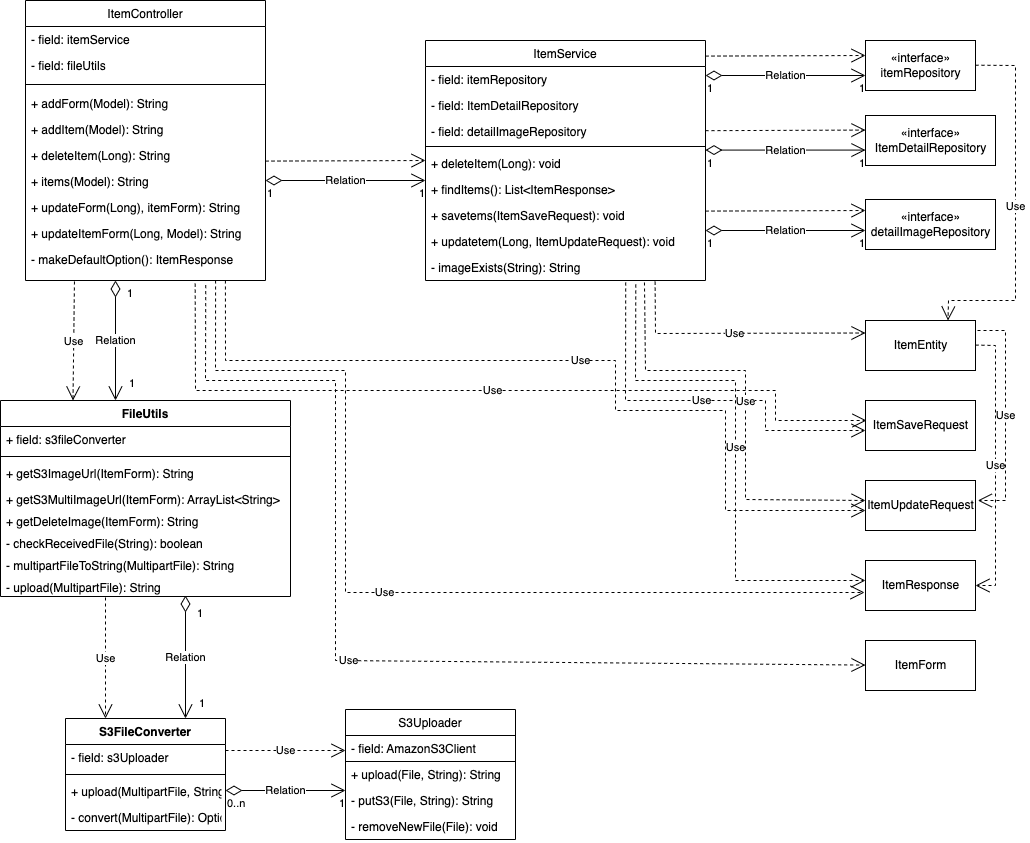
Before: backoffice-class-diagram.png, a diagram exported from draw.io (chanhl22/kilometer-backend-backoffic-class-diagram). Source tidied: cells renumbered, new cells last; positions are measured from the earlier drawing's top-left corner, leaving out a move shared by most shapes.
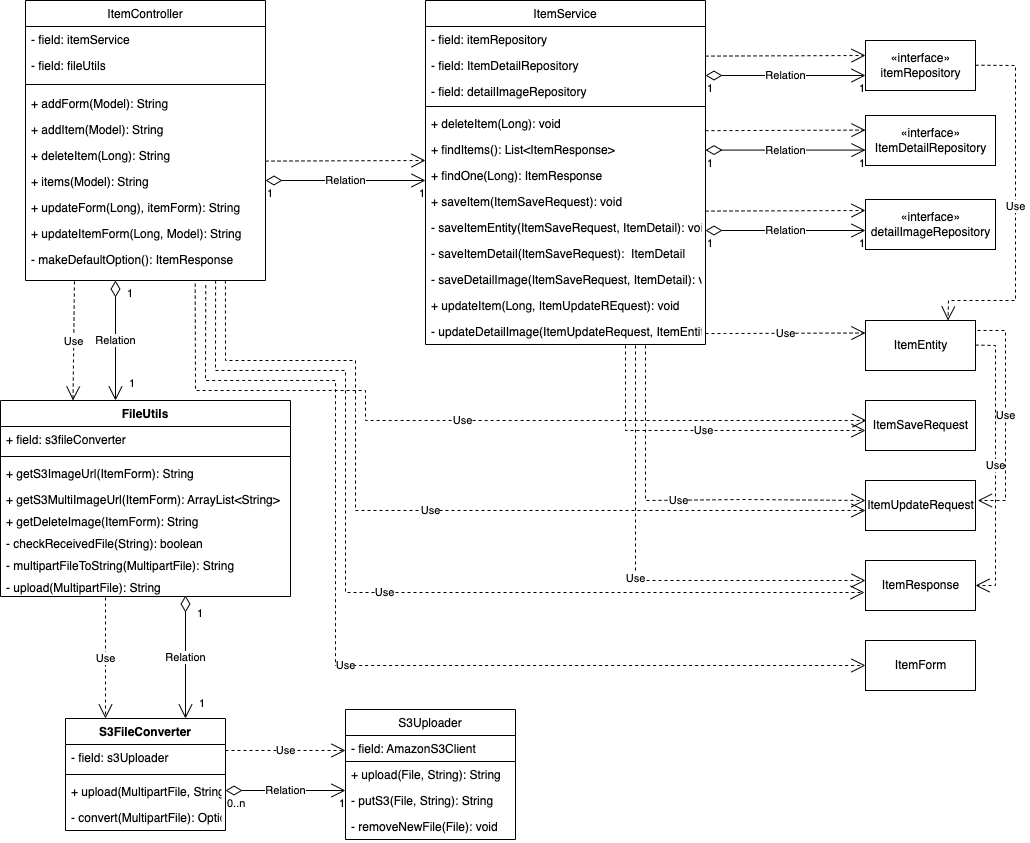
The same file after the commit.

What changed in the source:
```diff
@@ -36,7 +36,7 @@
       <mxGeometry y="246" width="240" height="34" as="geometry" />
     </mxCell>
     <mxCell id="13" value="ItemService" style="swimlane;fontStyle=0;horizontal=1;startSize=26;fillColor=none;" parent="1" vertex="1">
-      <mxGeometry x="425" y="40" width="280" height="240" as="geometry" />
+      <mxGeometry x="425" width="280" height="344" as="geometry" />
     </mxCell>
     <mxCell id="14" value="- field: itemRepository" style="text;strokeColor=none;fillColor=none;align=left;verticalAlign=top;spacingLeft=4;spacingRight=4;overflow=hidden;" parent="13" vertex="1">
       <mxGeometry y="26" width="280" height="26" as="geometry" />
@@ -56,15 +56,27 @@
     <mxCell id="19" value="+ findItems(): List&lt;ItemResponse&gt;" style="text;strokeColor=none;fillColor=none;align=left;verticalAlign=top;spacingLeft=4;spacingRight=4;overflow=hidden;" parent="13" vertex="1">
       <mxGeometry y="136" width="280" height="26" as="geometry" />
     </mxCell>
-    <mxCell id="20" value="+ savetems(ItemSaveRequest): void" style="text;strokeColor=none;fillColor=none;align=left;verticalAlign=top;spacingLeft=4;spacingRight=4;overflow=hidden;" parent="13" vertex="1">
-      <mxGeometry y="162" width="280" height="26" as="geometry" />
-    </mxCell>
-    <mxCell id="21" value="+ updatetem(Long, ItemUpdateRequest): void" style="text;strokeColor=none;fillColor=none;align=left;verticalAlign=top;spacingLeft=4;spacingRight=4;overflow=hidden;" parent="13" vertex="1">
-      <mxGeometry y="188" width="280" height="26" as="geometry" />
-    </mxCell>
-    <mxCell id="22" value="- imageExists(String): String" style="text;strokeColor=none;fillColor=none;align=left;verticalAlign=top;spacingLeft=4;spacingRight=4;overflow=hidden;points=[[0,0.5],[1,0.5]];portConstraint=eastwest;" parent="13" vertex="1">
-      <mxGeometry y="214" width="280" height="26" as="geometry" />
-    </mxCell>
+    <mxCell id="89" value="+ findOne(Long): ItemResponse" style="text;strokeColor=none;fillColor=none;align=left;verticalAlign=top;spacingLeft=4;spacingRight=4;overflow=hidden;" parent="13" vertex="1">
+      <mxGeometry y="162" width="280" height="26" as="geometry" />
+    </mxCell>
+    <mxCell id="90" value="+ saveItem(ItemSaveRequest): void" style="text;strokeColor=none;fillColor=none;align=left;verticalAlign=top;spacingLeft=4;spacingRight=4;overflow=hidden;" parent="13" vertex="1">
+      <mxGeometry y="188" width="280" height="26" as="geometry" />
+    </mxCell>
+    <mxCell id="91" value="- saveItemEntity(ItemSaveRequest, ItemDetail): void" style="text;strokeColor=none;fillColor=none;align=left;verticalAlign=top;spacingLeft=4;spacingRight=4;overflow=hidden;" parent="13" vertex="1">
+      <mxGeometry y="214" width="280" height="26" as="geometry" />
+    </mxCell>
+    <mxCell id="92" value="- saveItemDetail(ItemSaveRequest):  ItemDetail" style="text;strokeColor=none;fillColor=none;align=left;verticalAlign=top;spacingLeft=4;spacingRight=4;overflow=hidden;" parent="13" vertex="1">
+      <mxGeometry y="240" width="280" height="26" as="geometry" />
+    </mxCell>
+    <mxCell id="93" value="- saveDetailImage(ItemSaveRequest, ItemDetail): void" style="text;strokeColor=none;fillColor=none;align=left;verticalAlign=top;spacingLeft=4;spacingRight=4;overflow=hidden;" parent="13" vertex="1">
+      <mxGeometry y="266" width="280" height="26" as="geometry" />
+    </mxCell>
+    <mxCell id="94" value="+ updateItem(Long, ItemUpdateREquest): void" style="text;strokeColor=none;fillColor=none;align=left;verticalAlign=top;spacingLeft=4;spacingRight=4;overflow=hidden;" parent="13" vertex="1">
+      <mxGeometry y="292" width="280" height="26" as="geometry" />
+    </mxCell>
+    <mxCell id="95" value="- updateDetailImage(ItemUpdateRequest, ItemEntity): void" style="text;strokeColor=none;fillColor=none;align=left;verticalAlign=top;spacingLeft=4;spacingRight=4;overflow=hidden;" parent="13" vertex="1">
+      <mxGeometry y="318" width="280" height="26" as="geometry" />
+    </mxCell>
     <mxCell id="23" value="«interface»&lt;br&gt;&lt;span style=&quot;text-align: left;&quot;&gt;itemRepository&lt;/span&gt;" style="html=1;" parent="1" vertex="1">
       <mxGeometry x="865" y="40" width="110" height="50" as="geometry" />
     </mxCell>
@@ -180,31 +192,31 @@
       <mxGeometry relative="1" as="geometry">
         <Array as="points">
           <mxPoint x="195" y="390" />
-          <mxPoint x="775" y="390" />
+          <mxPoint x="365" y="390" />
+          <mxPoint x="365" y="420" />
           <mxPoint x="775" y="420" />
         </Array>
       </mxGeometry>
     </mxCell>
     <mxCell id="53" value="Use" style="endArrow=open;endSize=12;dashed=1;html=1;rounded=0;exitX=0.715;exitY=1.077;exitDx=0;exitDy=0;exitPerimeter=0;" parent="1" edge="1">
       <mxGeometry relative="1" as="geometry">
-        <mxPoint x="625.2" y="282" as="sourcePoint" />
+        <mxPoint x="625" y="345" as="sourcePoint" />
         <mxPoint x="865" y="430" as="targetPoint" />
         <Array as="points">
           <mxPoint x="625" y="400" />
-          <mxPoint x="705" y="400" />
-          <mxPoint x="765" y="400" />
-          <mxPoint x="765" y="420" />
+          <mxPoint x="625" y="430" />
+          <mxPoint x="705" y="430" />
           <mxPoint x="765" y="430" />
         </Array>
       </mxGeometry>
     </mxCell>
     <mxCell id="54" value="Use" style="endArrow=open;endSize=12;dashed=1;html=1;rounded=0;exitX=0.751;exitY=1.137;exitDx=0;exitDy=0;exitPerimeter=0;" parent="1" edge="1" source="12">
       <mxGeometry relative="1" as="geometry">
-        <mxPoint x="865" y="664.6" as="targetPoint" />
+        <mxPoint x="865" y="665" as="targetPoint" />
         <Array as="points">
           <mxPoint x="205" y="380" />
           <mxPoint x="335" y="380" />
-          <mxPoint x="335" y="660" />
+          <mxPoint x="335" y="665" />
         </Array>
       </mxGeometry>
     </mxCell>
@@ -217,12 +229,13 @@
         </Array>
       </mxGeometry>
     </mxCell>
-    <mxCell id="56" value="Use" style="endArrow=open;endSize=12;dashed=1;html=1;rounded=0;exitX=0.751;exitY=1.154;exitDx=0;exitDy=0;exitPerimeter=0;" parent="1" edge="1" source="22">
+    <mxCell id="56" value="Use" style="endArrow=open;endSize=12;dashed=1;html=1;rounded=0;" parent="1" edge="1">
       <mxGeometry relative="1" as="geometry">
+        <mxPoint x="635" y="345" as="sourcePoint" />
         <mxPoint x="865" y="580" as="targetPoint" />
         <Array as="points">
           <mxPoint x="635" y="380" />
-          <mxPoint x="735" y="380" />
+          <mxPoint x="635" y="580" />
           <mxPoint x="735" y="580" />
         </Array>
       </mxGeometry>
@@ -245,12 +258,13 @@
         </Array>
       </mxGeometry>
     </mxCell>
-    <mxCell id="59" value="Use" style="endArrow=open;endSize=12;dashed=1;html=1;rounded=0;exitX=0.782;exitY=1.077;exitDx=0;exitDy=0;exitPerimeter=0;" parent="1" edge="1" source="22">
+    <mxCell id="59" value="Use" style="endArrow=open;endSize=12;dashed=1;html=1;rounded=0;exitX=0.782;exitY=1.077;exitDx=0;exitDy=0;exitPerimeter=0;" parent="1" edge="1">
       <mxGeometry relative="1" as="geometry">
+        <mxPoint x="645" y="345" as="sourcePoint" />
         <mxPoint x="865" y="500" as="targetPoint" />
         <Array as="points">
           <mxPoint x="645" y="370" />
-          <mxPoint x="745" y="370" />
+          <mxPoint x="645" y="500" />
           <mxPoint x="745" y="499" />
         </Array>
       </mxGeometry>
@@ -261,9 +275,9 @@
         <Array as="points">
           <mxPoint x="225" y="360" />
           <mxPoint x="335" y="360" />
-          <mxPoint x="615" y="360" />
-          <mxPoint x="615" y="410" />
-          <mxPoint x="725" y="410" />
+          <mxPoint x="355" y="360" />
+          <mxPoint x="355" y="410" />
+          <mxPoint x="355" y="510" />
           <mxPoint x="725" y="510" />
         </Array>
       </mxGeometry>
@@ -278,10 +292,11 @@
         </Array>
       </mxGeometry>
     </mxCell>
-    <mxCell id="62" value="Use" style="endArrow=open;endSize=12;dashed=1;html=1;rounded=0;exitX=0.82;exitY=1.043;exitDx=0;exitDy=0;exitPerimeter=0;entryX=0;entryY=0.25;entryDx=0;entryDy=0;" parent="1" edge="1" source="22" target="35">
+    <mxCell id="62" value="Use" style="endArrow=open;endSize=12;dashed=1;html=1;rounded=0;entryX=0;entryY=0.25;entryDx=0;entryDy=0;" parent="1" edge="1" target="35">
       <mxGeometry relative="1" as="geometry">
+        <mxPoint x="705" y="333" as="sourcePoint" />
         <Array as="points">
-          <mxPoint x="655" y="333" />
+          <mxPoint x="725" y="333" />
         </Array>
       </mxGeometry>
     </mxCell>
```
